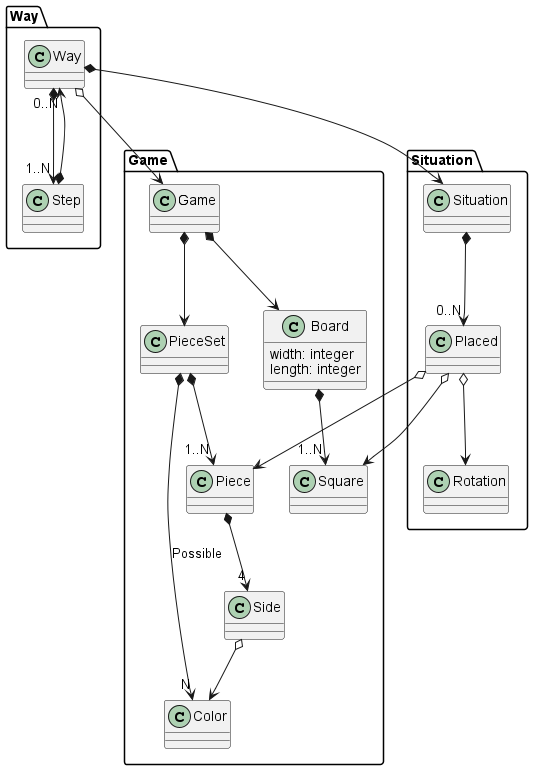
Earlier version of the PlantUML export doc/DomainModelDiagram/DomainModelDiagram.png (IgnacioMaestro/Eternity2).
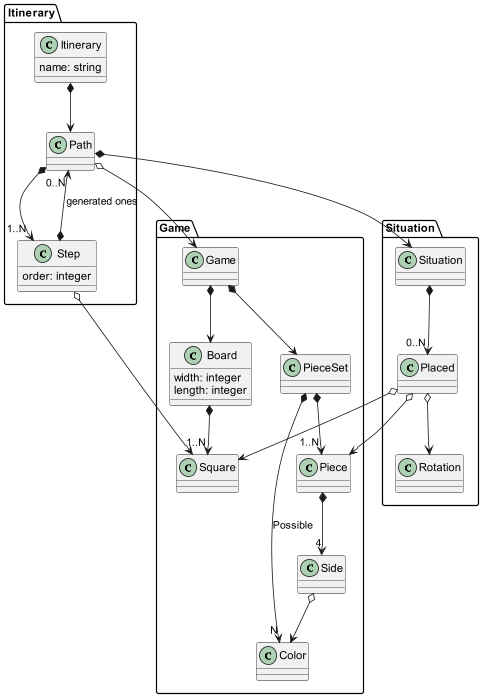
Above is the later version.

Commit message:
feat: update domain model

The edit, as a diff of the source:
```diff
@@ -14,25 +14,32 @@
 Game *--> PieceSet
 Board *--> "1..N" Square
 PieceSet *--> "N" Color: Possible
-PieceSet *--> "1..N" Piece :""
-Piece *--> "4" Side :""
+Piece *--> "4" Side
+PieceSet *--> "1..N" Piece
 Side o--> Color
 }
 package Situation {
 class Situation
 class Placed
 class Rotation
-Situation *--> "0..N" Placed :""
 Placed o--> Rotation
+Situation *--> "0..N" Placed
 }
-package Way {
-class Way
-class Step
-Way *--> "1..N" Step : ""
-Step *--> "0..N" Way
+package Itinerary {
+class Itinerary {
+name: string
 }
-Way o--> Game : ""
-Way *--> Situation : ""
+class Path
+class Step {
+order: integer
+}
+Path *--> "1..N" Step
+Itinerary *--> Path
+Step *--> "0..N" Path : "generated ones"
+}
+Path o--> Game
+Path *--> Situation
 Placed o--> Square
 Placed o--> Piece
+Step o--> Square
 @enduml
```
